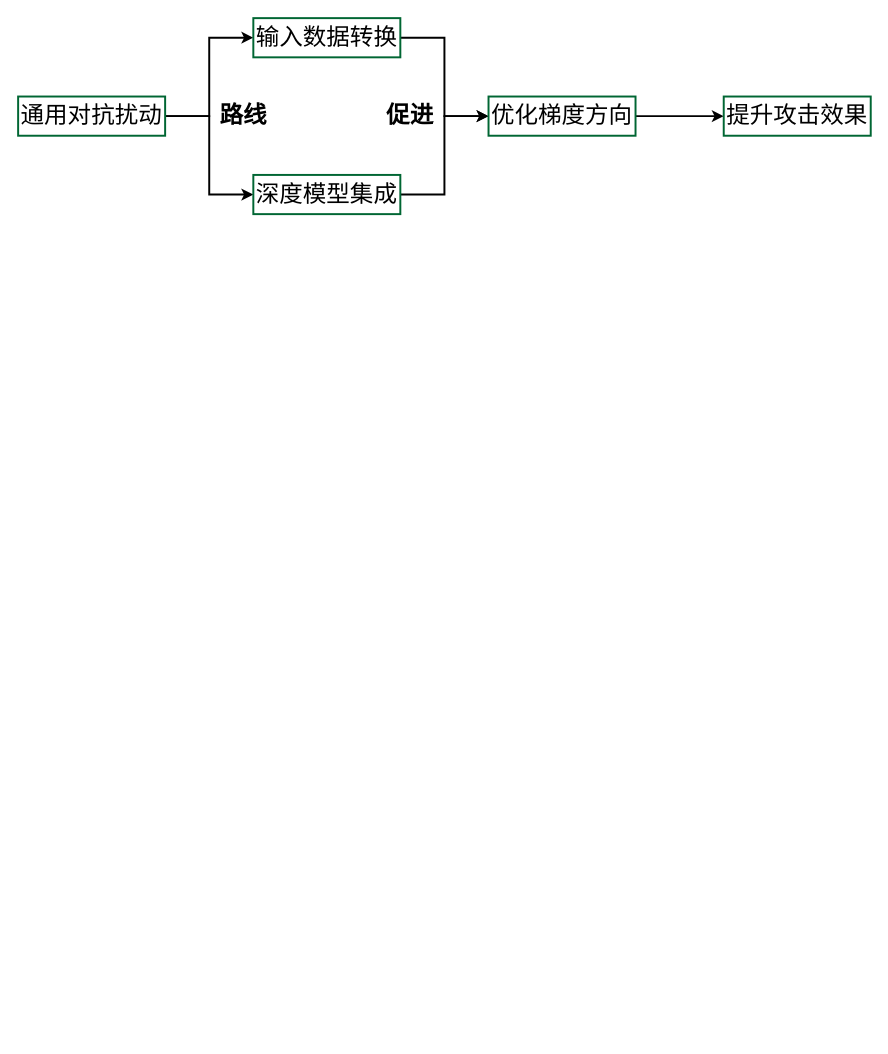
Earlier version of the draw.io diagram 20241114成都ppt.drawio (Zhou-AY/hello-world). Source tidied: cells renumbered, new cells numbered last; positions are measured from the earlier drawing's top-left corner, leaving out a move shared by most shapes. Both pictures are drawn from the tidied source at 98%, with x=0, y=0 at pixel (18, 18).
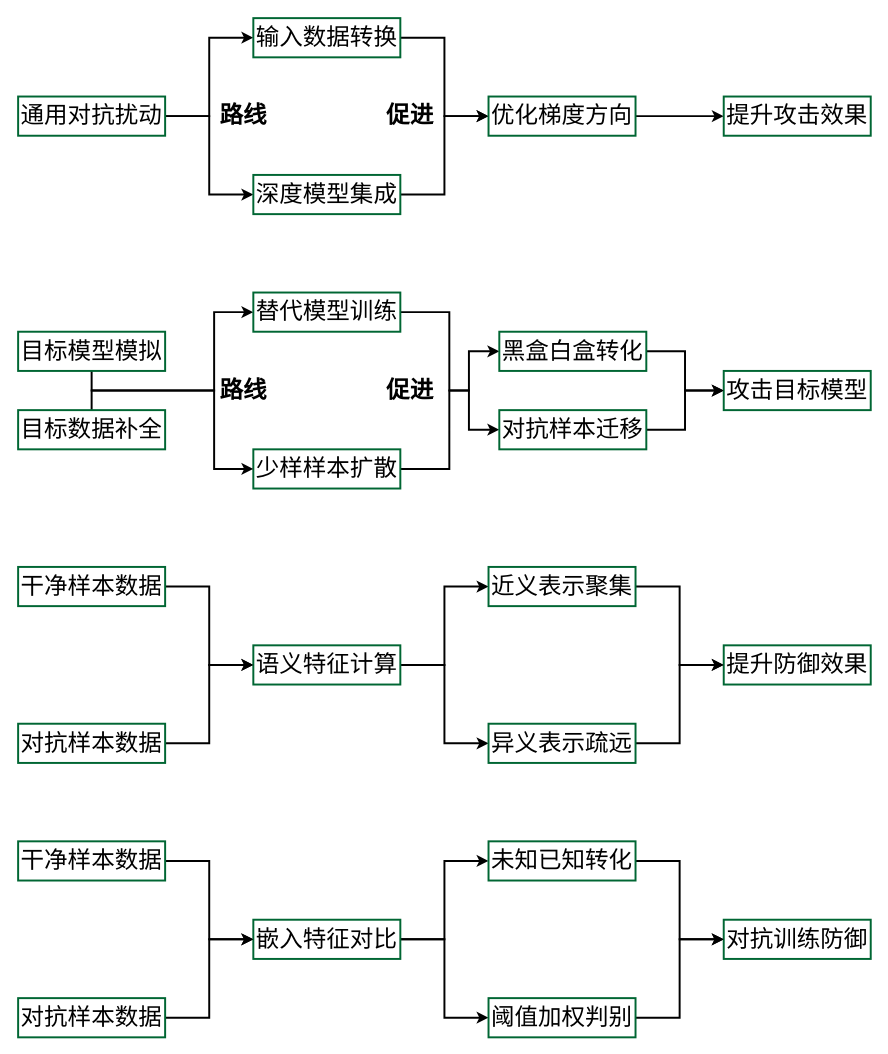
The same page after the edit.

What changed in the source:
```diff
@@
+    <mxCell id="14" style="edgeStyle=orthogonalEdgeStyle;rounded=0;jettySize=auto;html=1;exitX=0.5;exitY=1;exitDx=0;exitDy=0;entryX=0;entryY=0.5;entryDx=0;entryDy=0;strokeWidth=2;" parent="1" edge="1" source="15" target="17">
+      <mxGeometry relative="1" as="geometry">
+        <Array as="points">
+          <mxPoint x="75" y="380" />
+          <mxPoint x="200" y="380" />
+          <mxPoint x="200" y="300" />
+        </Array>
+      </mxGeometry>
+    </mxCell>
+    <mxCell id="15" value="&lt;font face=&quot;微软雅黑&quot; style=&quot;font-size: 24px;&quot;&gt;目标模型模拟&lt;/font&gt;" style="rounded=0;whiteSpace=wrap;html=1;strokeColor=#006633;strokeWidth=2;" parent="1" vertex="1">
+      <mxGeometry y="320" width="150" height="40" as="geometry" />
+    </mxCell>
+    <mxCell id="16" style="edgeStyle=orthogonalEdgeStyle;rounded=0;jettySize=auto;html=1;exitX=1;exitY=0.5;exitDx=0;exitDy=0;entryX=0;entryY=0.5;entryDx=0;entryDy=0;strokeWidth=2;" parent="1" edge="1" source="17" target="28">
+      <mxGeometry relative="1" as="geometry">
+        <Array as="points">
+          <mxPoint x="440" y="300" />
+          <mxPoint x="440" y="380" />
+          <mxPoint x="460" y="380" />
+          <mxPoint x="460" y="340" />
+        </Array>
+      </mxGeometry>
+    </mxCell>
+    <mxCell id="17" value="&lt;font face=&quot;微软雅黑&quot; style=&quot;font-size: 24px;&quot;&gt;替代模型训练&lt;/font&gt;" style="rounded=0;whiteSpace=wrap;html=1;strokeColor=#006633;strokeWidth=2;" parent="1" vertex="1">
+      <mxGeometry x="240" y="280" width="150" height="40" as="geometry" />
+    </mxCell>
+    <mxCell id="18" style="edgeStyle=orthogonalEdgeStyle;rounded=0;jettySize=auto;html=1;exitX=1;exitY=0.5;exitDx=0;exitDy=0;entryX=0;entryY=0.5;entryDx=0;entryDy=0;strokeWidth=2;" parent="1" edge="1" source="19" target="21">
+      <mxGeometry relative="1" as="geometry">
+        <Array as="points">
+          <mxPoint x="440" y="460" />
+          <mxPoint x="440" y="380" />
+          <mxPoint x="460" y="380" />
+          <mxPoint x="460" y="420" />
+        </Array>
+      </mxGeometry>
+    </mxCell>
+    <mxCell id="19" value="&lt;font face=&quot;微软雅黑&quot;&gt;&lt;span style=&quot;font-size: 24px;&quot;&gt;少样样本扩散&lt;/span&gt;&lt;/font&gt;" style="rounded=0;whiteSpace=wrap;html=1;strokeColor=#006633;strokeWidth=2;" parent="1" vertex="1">
+      <mxGeometry x="240" y="440" width="150" height="40" as="geometry" />
+    </mxCell>
+    <mxCell id="20" style="edgeStyle=orthogonalEdgeStyle;rounded=0;jettySize=auto;html=1;exitX=1;exitY=0.5;exitDx=0;exitDy=0;entryX=0;entryY=0.5;entryDx=0;entryDy=0;strokeWidth=2;" parent="1" edge="1" source="21" target="22">
+      <mxGeometry relative="1" as="geometry" />
+    </mxCell>
+    <mxCell id="21" value="&lt;font face=&quot;微软雅黑&quot; style=&quot;font-size: 24px;&quot;&gt;对抗样本迁移&lt;/font&gt;" style="rounded=0;whiteSpace=wrap;html=1;strokeColor=#006633;strokeWidth=2;" parent="1" vertex="1">
+      <mxGeometry x="491" y="400" width="150" height="40" as="geometry" />
+    </mxCell>
+    <mxCell id="22" value="&lt;font face=&quot;微软雅黑&quot; style=&quot;font-size: 24px;&quot;&gt;攻击目标模型&lt;/font&gt;" style="rounded=0;whiteSpace=wrap;html=1;strokeColor=#006633;strokeWidth=2;" parent="1" vertex="1">
+      <mxGeometry x="720" y="360" width="150" height="40" as="geometry" />
+    </mxCell>
+    <mxCell id="23" value="&lt;font style=&quot;font-size: 24px;&quot; face=&quot;微软雅黑&quot;&gt;&lt;b&gt;路线&lt;/b&gt;&lt;/font&gt;" style="text;html=1;align=center;verticalAlign=middle;whiteSpace=wrap;rounded=0;" parent="1" vertex="1">
+      <mxGeometry x="200" y="365" width="60" height="30" as="geometry" />
+    </mxCell>
+    <mxCell id="24" value="&lt;font style=&quot;font-size: 24px;&quot; face=&quot;微软雅黑&quot;&gt;&lt;b&gt;促进&lt;/b&gt;&lt;/font&gt;" style="text;html=1;align=center;verticalAlign=middle;whiteSpace=wrap;rounded=0;" parent="1" vertex="1">
+      <mxGeometry x="370" y="365" width="60" height="30" as="geometry" />
+    </mxCell>
+    <mxCell id="25" style="edgeStyle=orthogonalEdgeStyle;rounded=0;jettySize=auto;html=1;exitX=0.5;exitY=0;exitDx=0;exitDy=0;entryX=0;entryY=0.5;entryDx=0;entryDy=0;strokeWidth=2;" parent="1" edge="1" source="26" target="19">
+      <mxGeometry relative="1" as="geometry">
+        <Array as="points">
+          <mxPoint x="75" y="380" />
+          <mxPoint x="200" y="380" />
+          <mxPoint x="200" y="460" />
+        </Array>
+      </mxGeometry>
+    </mxCell>
+    <mxCell id="26" value="&lt;font face=&quot;微软雅黑&quot; style=&quot;font-size: 24px;&quot;&gt;目标数据补全&lt;/font&gt;" style="rounded=0;whiteSpace=wrap;html=1;strokeColor=#006633;strokeWidth=2;" parent="1" vertex="1">
+      <mxGeometry y="400" width="150" height="40" as="geometry" />
+    </mxCell>
+    <mxCell id="27" style="edgeStyle=orthogonalEdgeStyle;rounded=0;jettySize=auto;html=1;exitX=1;exitY=0.5;exitDx=0;exitDy=0;entryX=0;entryY=0.5;entryDx=0;entryDy=0;strokeWidth=2;" parent="1" edge="1" source="28" target="22">
+      <mxGeometry relative="1" as="geometry" />
+    </mxCell>
+    <mxCell id="28" value="&lt;font face=&quot;微软雅黑&quot; style=&quot;font-size: 24px;&quot;&gt;黑盒白盒转化&lt;/font&gt;" style="rounded=0;whiteSpace=wrap;html=1;strokeColor=#006633;strokeWidth=2;" parent="1" vertex="1">
+      <mxGeometry x="491" y="320" width="150" height="40" as="geometry" />
+    </mxCell>
+    <mxCell id="29" style="edgeStyle=orthogonalEdgeStyle;rounded=0;jettySize=auto;html=1;exitX=1;exitY=0.5;exitDx=0;exitDy=0;entryX=0;entryY=0.5;entryDx=0;entryDy=0;strokeWidth=2;" parent="1" edge="1" source="30" target="33">
+      <mxGeometry relative="1" as="geometry" />
+    </mxCell>
+    <mxCell id="30" value="&lt;font face=&quot;微软雅黑&quot; style=&quot;font-size: 24px;&quot;&gt;干净样本数据&lt;/font&gt;" style="rounded=0;whiteSpace=wrap;html=1;strokeColor=#006633;strokeWidth=2;" parent="1" vertex="1">
+      <mxGeometry y="560" width="150" height="40" as="geometry" />
+    </mxCell>
+    <mxCell id="31" style="edgeStyle=orthogonalEdgeStyle;rounded=0;jettySize=auto;html=1;exitX=1;exitY=0.5;exitDx=0;exitDy=0;entryX=0;entryY=0.5;entryDx=0;entryDy=0;strokeWidth=2;" parent="1" edge="1" source="33" target="40">
+      <mxGeometry relative="1" as="geometry" />
+    </mxCell>
+    <mxCell id="32" style="edgeStyle=orthogonalEdgeStyle;rounded=0;jettySize=auto;html=1;exitX=1;exitY=0.5;exitDx=0;exitDy=0;entryX=0;entryY=0.5;entryDx=0;entryDy=0;strokeWidth=2;" parent="1" edge="1" source="33" target="35">
+      <mxGeometry relative="1" as="geometry" />
+    </mxCell>
+    <mxCell id="33" value="&lt;font face=&quot;微软雅黑&quot;&gt;&lt;span style=&quot;font-size: 24px;&quot;&gt;语义特征计算&lt;/span&gt;&lt;/font&gt;" style="rounded=0;whiteSpace=wrap;html=1;strokeColor=#006633;strokeWidth=2;" parent="1" vertex="1">
+      <mxGeometry x="240" y="640" width="150" height="40" as="geometry" />
+    </mxCell>
+    <mxCell id="34" style="edgeStyle=orthogonalEdgeStyle;rounded=0;jettySize=auto;html=1;exitX=1;exitY=0.5;exitDx=0;exitDy=0;entryX=0;entryY=0.5;entryDx=0;entryDy=0;strokeWidth=2;" parent="1" edge="1" source="35" target="36">
+      <mxGeometry relative="1" as="geometry" />
+    </mxCell>
+    <mxCell id="35" value="&lt;font face=&quot;微软雅黑&quot; style=&quot;font-size: 24px;&quot;&gt;异义表示疏远&lt;/font&gt;" style="rounded=0;whiteSpace=wrap;html=1;strokeColor=#006633;strokeWidth=2;" parent="1" vertex="1">
+      <mxGeometry x="480" y="720" width="150" height="40" as="geometry" />
+    </mxCell>
+    <mxCell id="36" value="&lt;font face=&quot;微软雅黑&quot; style=&quot;font-size: 24px;&quot;&gt;提升防御效果&lt;/font&gt;" style="rounded=0;whiteSpace=wrap;html=1;strokeColor=#006633;strokeWidth=2;" parent="1" vertex="1">
+      <mxGeometry x="720" y="640" width="150" height="40" as="geometry" />
+    </mxCell>
+    <mxCell id="37" style="edgeStyle=orthogonalEdgeStyle;rounded=0;jettySize=auto;html=1;exitX=1;exitY=0.5;exitDx=0;exitDy=0;entryX=0;entryY=0.5;entryDx=0;entryDy=0;strokeWidth=2;" parent="1" edge="1" source="38" target="33">
+      <mxGeometry relative="1" as="geometry" />
+    </mxCell>
+    <mxCell id="38" value="&lt;font face=&quot;微软雅黑&quot; style=&quot;font-size: 24px;&quot;&gt;对抗样本数据&lt;/font&gt;" style="rounded=0;whiteSpace=wrap;html=1;strokeColor=#006633;strokeWidth=2;" parent="1" vertex="1">
+      <mxGeometry y="720" width="150" height="40" as="geometry" />
+    </mxCell>
+    <mxCell id="39" style="edgeStyle=orthogonalEdgeStyle;rounded=0;jettySize=auto;html=1;exitX=1;exitY=0.5;exitDx=0;exitDy=0;entryX=0;entryY=0.5;entryDx=0;entryDy=0;strokeWidth=2;" parent="1" edge="1" source="40" target="36">
+      <mxGeometry relative="1" as="geometry" />
+    </mxCell>
+    <mxCell id="40" value="&lt;font face=&quot;微软雅黑&quot;&gt;&lt;span style=&quot;font-size: 24px;&quot;&gt;近义表示聚集&lt;/span&gt;&lt;/font&gt;" style="rounded=0;whiteSpace=wrap;html=1;strokeColor=#006633;strokeWidth=2;" parent="1" vertex="1">
+      <mxGeometry x="480" y="560" width="150" height="40" as="geometry" />
+    </mxCell>
+    <mxCell id="41" style="edgeStyle=orthogonalEdgeStyle;rounded=0;jettySize=auto;html=1;exitX=1;exitY=0.5;exitDx=0;exitDy=0;entryX=0;entryY=0.5;entryDx=0;entryDy=0;strokeWidth=2;" parent="1" edge="1" source="42" target="45">
+      <mxGeometry relative="1" as="geometry" />
+    </mxCell>
+    <mxCell id="42" value="&lt;font face=&quot;微软雅黑&quot; style=&quot;font-size: 24px;&quot;&gt;干净样本数据&lt;/font&gt;" style="rounded=0;whiteSpace=wrap;html=1;strokeColor=#006633;strokeWidth=2;" parent="1" vertex="1">
+      <mxGeometry y="840" width="150" height="40" as="geometry" />
+    </mxCell>
+    <mxCell id="43" style="edgeStyle=orthogonalEdgeStyle;rounded=0;jettySize=auto;html=1;exitX=1;exitY=0.5;exitDx=0;exitDy=0;entryX=0;entryY=0.5;entryDx=0;entryDy=0;strokeWidth=2;" parent="1" edge="1" source="45" target="52">
+      <mxGeometry relative="1" as="geometry" />
+    </mxCell>
+    <mxCell id="44" style="edgeStyle=orthogonalEdgeStyle;rounded=0;jettySize=auto;html=1;exitX=1;exitY=0.5;exitDx=0;exitDy=0;entryX=0;entryY=0.5;entryDx=0;entryDy=0;strokeWidth=2;" parent="1" edge="1" source="45" target="47">
+      <mxGeometry relative="1" as="geometry" />
+    </mxCell>
+    <mxCell id="45" value="&lt;font face=&quot;微软雅黑&quot;&gt;&lt;span style=&quot;font-size: 24px;&quot;&gt;嵌入特征对比&lt;/span&gt;&lt;/font&gt;" style="rounded=0;whiteSpace=wrap;html=1;strokeColor=#006633;strokeWidth=2;" parent="1" vertex="1">
+      <mxGeometry x="240" y="920" width="150" height="40" as="geometry" />
+    </mxCell>
+    <mxCell id="46" style="edgeStyle=orthogonalEdgeStyle;rounded=0;jettySize=auto;html=1;exitX=1;exitY=0.5;exitDx=0;exitDy=0;entryX=0;entryY=0.5;entryDx=0;entryDy=0;strokeWidth=2;" parent="1" edge="1" source="47" target="48">
+      <mxGeometry relative="1" as="geometry" />
+    </mxCell>
+    <mxCell id="47" value="&lt;font face=&quot;微软雅黑&quot; style=&quot;font-size: 24px;&quot;&gt;阈值加权判别&lt;/font&gt;" style="rounded=0;whiteSpace=wrap;html=1;strokeColor=#006633;strokeWidth=2;" parent="1" vertex="1">
+      <mxGeometry x="480" y="1000" width="150" height="40" as="geometry" />
+    </mxCell>
+    <mxCell id="48" value="&lt;font face=&quot;微软雅黑&quot; style=&quot;font-size: 24px;&quot;&gt;对抗训练防御&lt;/font&gt;" style="rounded=0;whiteSpace=wrap;html=1;strokeColor=#006633;strokeWidth=2;" parent="1" vertex="1">
+      <mxGeometry x="720" y="920" width="150" height="40" as="geometry" />
+    </mxCell>
+    <mxCell id="49" style="edgeStyle=orthogonalEdgeStyle;rounded=0;jettySize=auto;html=1;exitX=1;exitY=0.5;exitDx=0;exitDy=0;entryX=0;entryY=0.5;entryDx=0;entryDy=0;strokeWidth=2;" parent="1" edge="1" source="50" target="45">
+      <mxGeometry relative="1" as="geometry" />
+    </mxCell>
+    <mxCell id="50" value="&lt;font face=&quot;微软雅黑&quot; style=&quot;font-size: 24px;&quot;&gt;对抗样本数据&lt;/font&gt;" style="rounded=0;whiteSpace=wrap;html=1;strokeColor=#006633;strokeWidth=2;" parent="1" vertex="1">
+      <mxGeometry y="1000" width="150" height="40" as="geometry" />
+    </mxCell>
+    <mxCell id="51" style="edgeStyle=orthogonalEdgeStyle;rounded=0;jettySize=auto;html=1;exitX=1;exitY=0.5;exitDx=0;exitDy=0;entryX=0;entryY=0.5;entryDx=0;entryDy=0;strokeWidth=2;" parent="1" edge="1" source="52" target="48">
+      <mxGeometry relative="1" as="geometry" />
+    </mxCell>
+    <mxCell id="52" value="&lt;font face=&quot;微软雅黑&quot;&gt;&lt;span style=&quot;font-size: 24px;&quot;&gt;未知已知转化&lt;/span&gt;&lt;/font&gt;" style="rounded=0;whiteSpace=wrap;html=1;strokeColor=#006633;strokeWidth=2;" parent="1" vertex="1">
+      <mxGeometry x="480" y="840" width="150" height="40" as="geometry" />
+    </mxCell>
```
